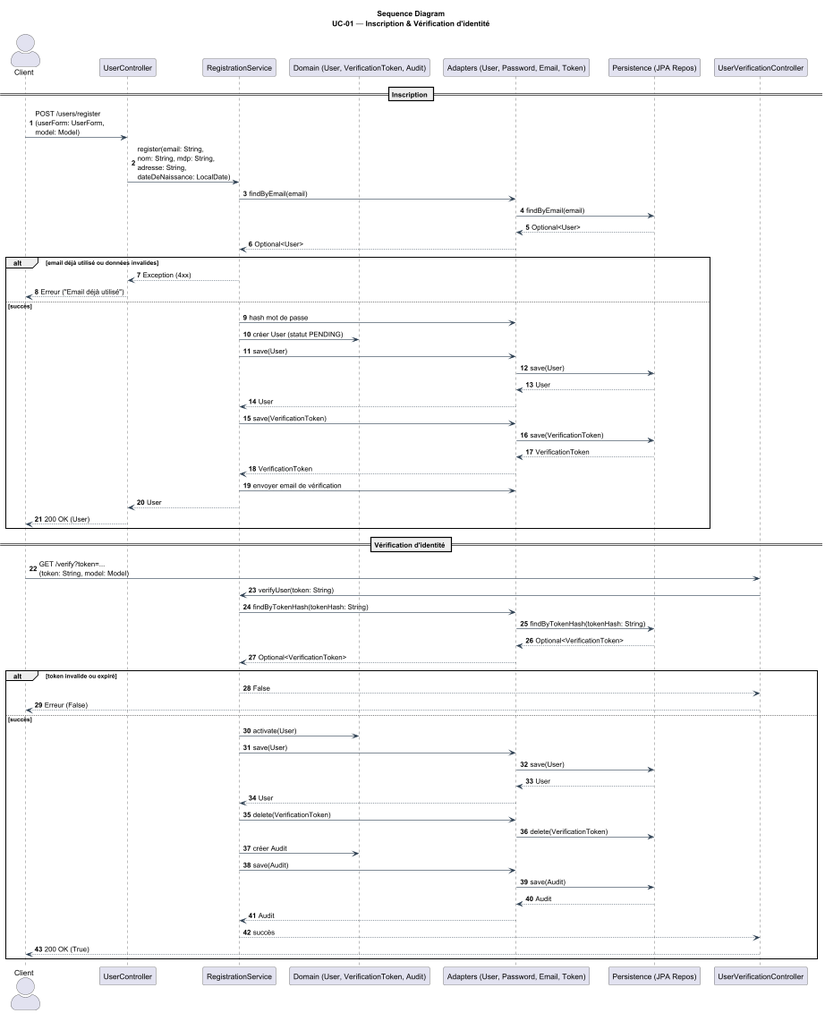
Hugo-12341234/BrokerX_MicroServices keeps this PlantUML diagram as docs/architecture/4+1/processView/sequenceDiagrams/sequenceDiagramUC01.png. Above is the earlier version. The source it was exported from:
```plantuml
@startuml

title Sequence Diagram\nUC-01 — Inscription & Vérification d'identité

skinparam ParticipantPadding 8
skinparam BoxPadding 6
skinparam Shadowing false
skinparam ArrowColor #2c3e50
skinparam ActorStyle awesome
autonumber

actor Client
participant UserController
participant RegistrationService
participant "Domain (User, VerificationToken, Audit)" as Domain
participant "Adapters (User, Password, Email, Token)" as Adapters
participant "Persistence (JPA Repos)" as Persistence
participant UserVerificationController

== Inscription ==
Client -> UserController: POST /users/register\n(userForm: UserForm,\nmodel: Model)
UserController -> RegistrationService: register(email: String,\nnom: String, mdp: String,\nadresse: String,\ndateDeNaissance: LocalDate)

RegistrationService -> Adapters: findByEmail(email)
Adapters -> Persistence: findByEmail(email)
Persistence --> Adapters: Optional<User>
Adapters --> RegistrationService: Optional<User>

alt email déjà utilisé ou données invalides
  RegistrationService --> UserController: Exception (4xx)
  UserController --> Client: Erreur ("Email déjà utilisé")
else succès
  RegistrationService -> Adapters: hash mot de passe
  RegistrationService -> Domain: créer User (statut PENDING)
  RegistrationService -> Adapters: save(User)
  Adapters -> Persistence: save(User)
  Persistence --> Adapters: User
  Adapters --> RegistrationService: User

  RegistrationService -> Adapters: save(VerificationToken)
  Adapters -> Persistence: save(VerificationToken)
  Persistence --> Adapters: VerificationToken
  Adapters --> RegistrationService: VerificationToken

  RegistrationService -> Adapters: envoyer email de vérification

  RegistrationService --> UserController: User
  UserController --> Client: 200 OK (User)
end

== Vérification d'identité ==
Client -> UserVerificationController: GET /verify?token=...\n(token: String, model: Model)
UserVerificationController -> RegistrationService: verifyUser(token: String)

RegistrationService -> Adapters: findByTokenHash(tokenHash: String)
Adapters -> Persistence: findByTokenHash(tokenHash: String)
Persistence --> Adapters: Optional<VerificationToken>
Adapters --> RegistrationService: Optional<VerificationToken>

alt token invalide ou expiré
  RegistrationService --> UserVerificationController: False
  UserVerificationController --> Client: Erreur (False)
else succès
  RegistrationService -> Domain: activate(User)
  RegistrationService -> Adapters: save(User)
  Adapters -> Persistence: save(User)
  Persistence --> Adapters: User
  Adapters --> RegistrationService: User

  RegistrationService -> Adapters: delete(VerificationToken)
  Adapters -> Persistence: delete(VerificationToken)

  RegistrationService -> Domain: créer Audit
  RegistrationService -> Adapters: save(Audit)
  Adapters -> Persistence: save(Audit)
  Persistence --> Adapters: Audit
  Adapters --> RegistrationService: Audit

  RegistrationService --> UserVerificationController: succès
  UserVerificationController --> Client: 200 OK (True)
end

@enduml
```
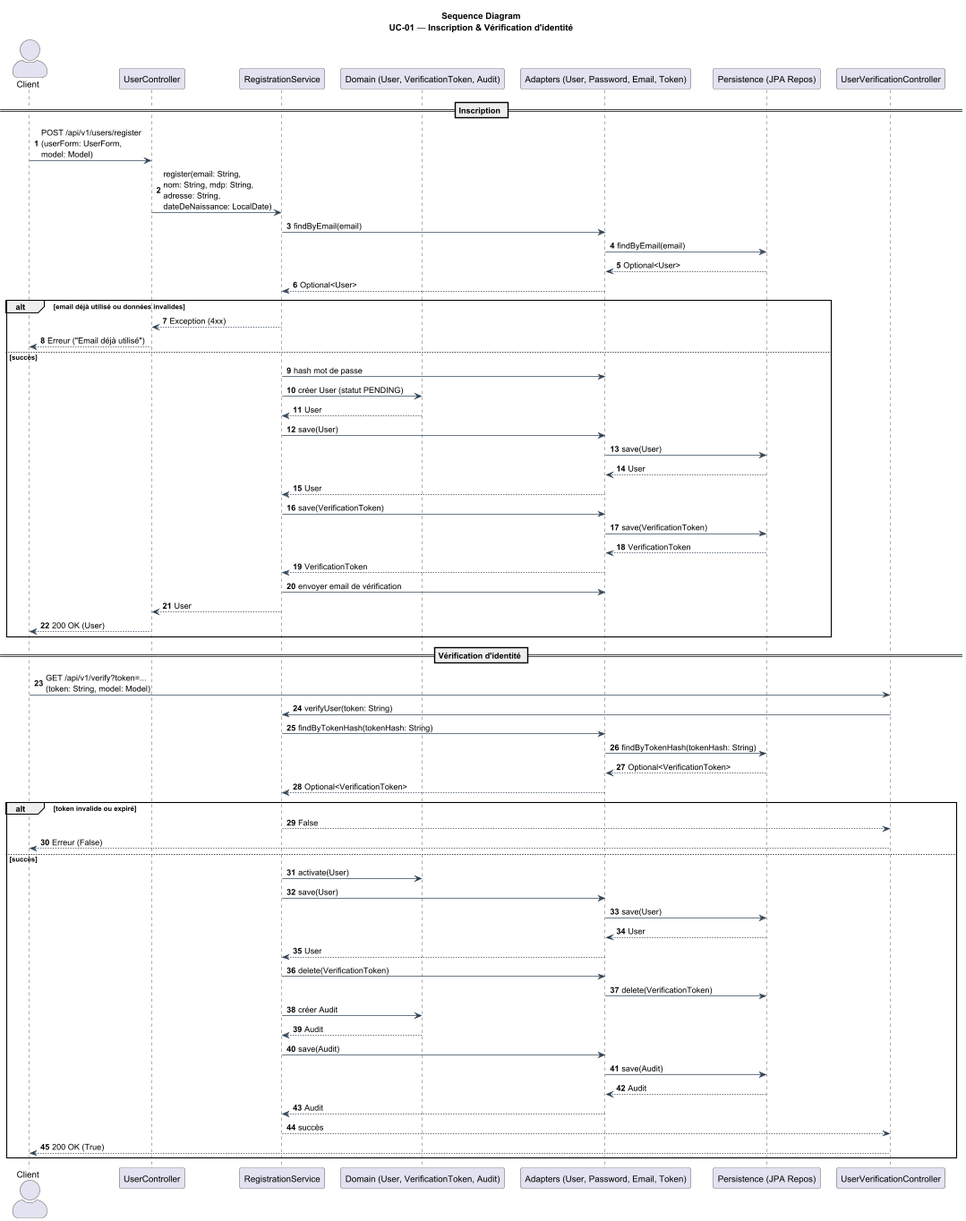
After the change.

What changed in the source:
```diff
@@ -18,7 +18,7 @@
 participant UserVerificationController
 
 == Inscription ==
-Client -> UserController: POST /users/register\n(userForm: UserForm,\nmodel: Model)
+Client -> UserController: POST /api/v1/users/register\n(userForm: UserForm,\nmodel: Model)
 UserController -> RegistrationService: register(email: String,\nnom: String, mdp: String,\nadresse: String,\ndateDeNaissance: LocalDate)
 
 RegistrationService -> Adapters: findByEmail(email)
@@ -32,6 +32,7 @@
 else succès
   RegistrationService -> Adapters: hash mot de passe
   RegistrationService -> Domain: créer User (statut PENDING)
+  Domain --> RegistrationService: User
   RegistrationService -> Adapters: save(User)
   Adapters -> Persistence: save(User)
   Persistence --> Adapters: User
@@ -49,7 +50,7 @@
 end
 
 == Vérification d'identité ==
-Client -> UserVerificationController: GET /verify?token=...\n(token: String, model: Model)
+Client -> UserVerificationController: GET /api/v1/verify?token=...\n(token: String, model: Model)
 UserVerificationController -> RegistrationService: verifyUser(token: String)
 
 RegistrationService -> Adapters: findByTokenHash(tokenHash: String)
@@ -71,6 +72,7 @@
   Adapters -> Persistence: delete(VerificationToken)
 
   RegistrationService -> Domain: créer Audit
+    Domain --> RegistrationService: Audit
   RegistrationService -> Adapters: save(Audit)
   Adapters -> Persistence: save(Audit)
   Persistence --> Adapters: Audit
```
